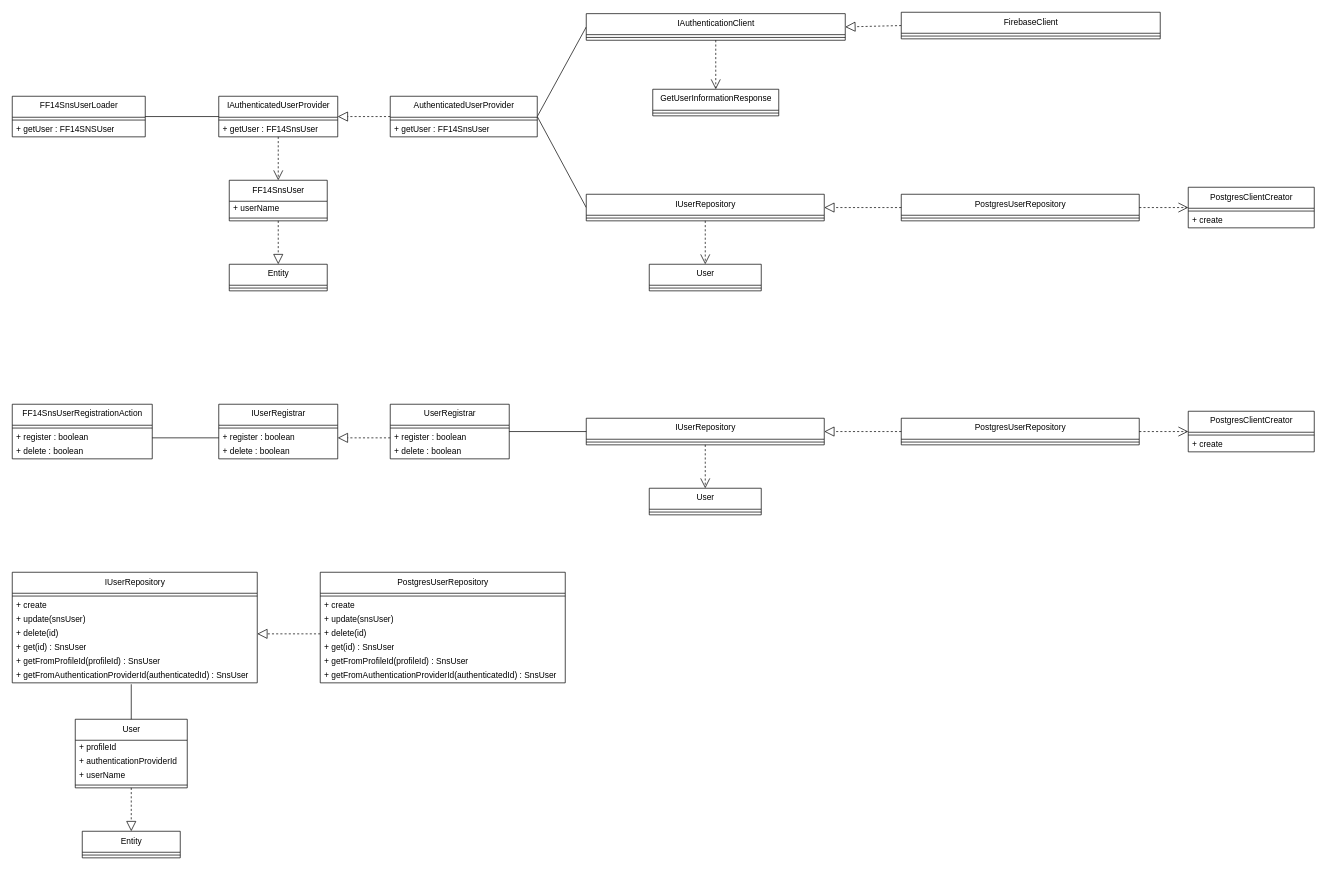
The draw.io diagram page "UserModule" (4 of 7) of project-designs/class-diagrams/ff14-sns.drawio in Mouwf/FF14SNS, before the edit. Source tidied: cells renumbered, new cells numbered last; positions are measured from the earlier drawing's top-left corner, leaving out a move shared by most shapes. Both pictures are drawn from the tidied source at 70%, with x=0, y=0 at pixel (12, 12).
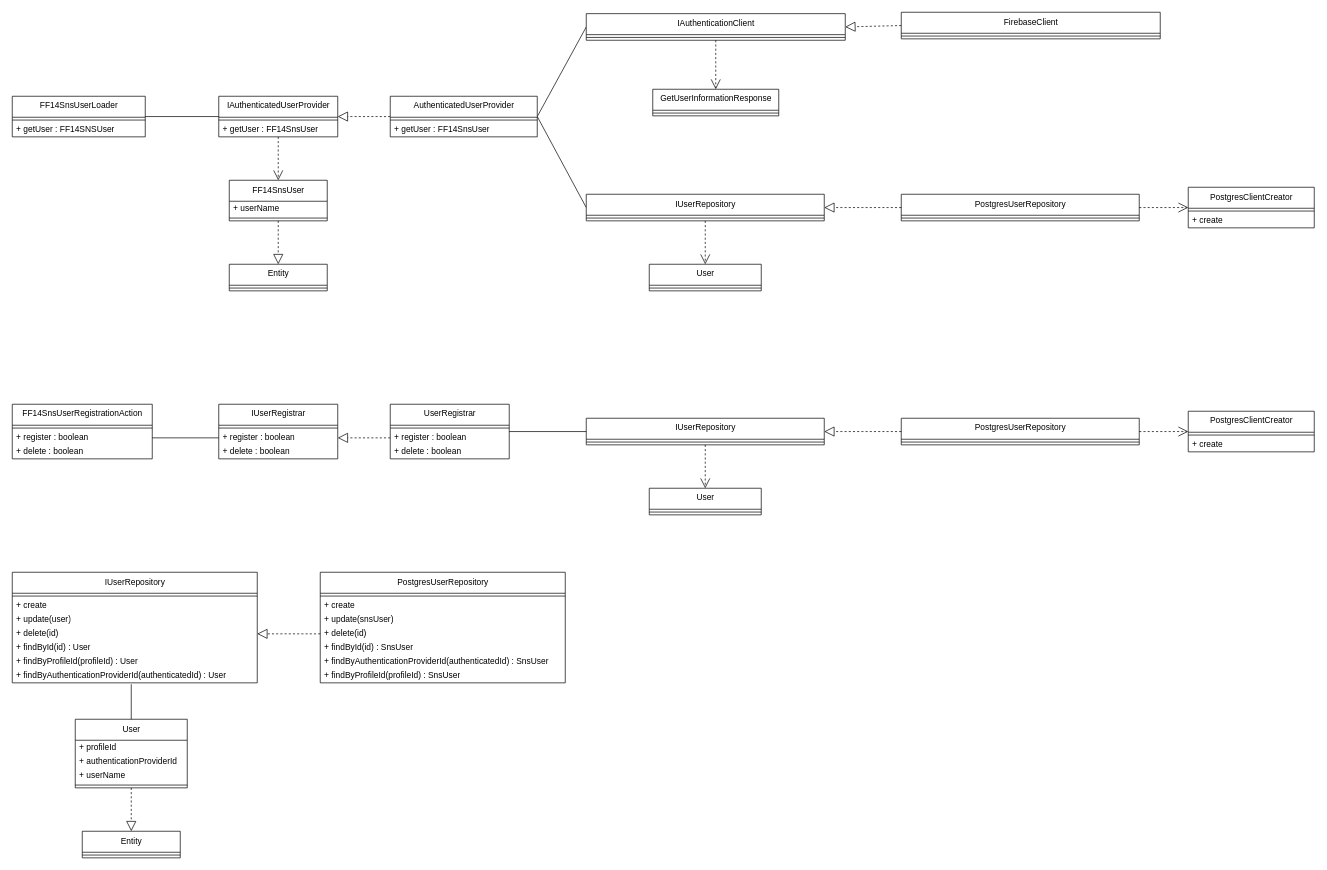
After the change.

Unchanged cells that the change refers to:
```xml
<mxCell id="39" value="IUserRepository" style="swimlane;fontStyle=0;align=center;verticalAlign=top;horizontal=1;startSize=30;html=1;" parent="1" vertex="1">
  <mxGeometry y="800" width="350" height="158" as="geometry" />
</mxCell>
<mxCell id="47" value="PostgresUserRepository" style="swimlane;fontStyle=0;align=center;verticalAlign=top;horizontal=1;startSize=30;html=1;" parent="1" vertex="1">
  <mxGeometry x="440" y="800" width="350" height="158" as="geometry" />
</mxCell>
```

The edit, as a diff of the source:
```diff
@@
-    <mxCell id="42" value="+ update(snsUser)" style="text;html=1;strokeColor=none;fillColor=none;align=left;verticalAlign=middle;spacingLeft=4;spacingRight=4;overflow=hidden;" parent="39" vertex="1">
+    <mxCell id="42" value="+ update(user)" style="text;html=1;strokeColor=none;fillColor=none;align=left;verticalAlign=middle;spacingLeft=4;spacingRight=4;overflow=hidden;" parent="39" vertex="1">
       <mxGeometry y="58" width="350" height="20" as="geometry" />
     </mxCell>
@@
-    <mxCell id="44" value="+ get(id) : SnsUser" style="text;html=1;strokeColor=none;fillColor=none;align=left;verticalAlign=middle;spacingLeft=4;spacingRight=4;overflow=hidden;" parent="39" vertex="1">
+    <mxCell id="44" value="+ findById(id) : User" style="text;html=1;strokeColor=none;fillColor=none;align=left;verticalAlign=middle;spacingLeft=4;spacingRight=4;overflow=hidden;" parent="39" vertex="1">
       <mxGeometry y="98" width="350" height="20" as="geometry" />
     </mxCell>
-    <mxCell id="45" value="+ getFromProfileId(profileId) : SnsUser" style="text;html=1;strokeColor=none;fillColor=none;align=left;verticalAlign=middle;spacingLeft=4;spacingRight=4;overflow=hidden;" parent="39" vertex="1">
+    <mxCell id="45" value="+ findByProfileId(profileId) : User" style="text;html=1;strokeColor=none;fillColor=none;align=left;verticalAlign=middle;spacingLeft=4;spacingRight=4;overflow=hidden;" parent="39" vertex="1">
       <mxGeometry y="118" width="350" height="20" as="geometry" />
     </mxCell>
-    <mxCell id="46" value="+ getFromAuthenticationProviderId(authenticatedId) : SnsUser" style="text;html=1;strokeColor=none;fillColor=none;align=left;verticalAlign=middle;spacingLeft=4;spacingRight=4;overflow=hidden;" parent="39" vertex="1">
+    <mxCell id="46" value="+ findByAuthenticationProviderId(authenticatedId) : User" style="text;html=1;strokeColor=none;fillColor=none;align=left;verticalAlign=middle;spacingLeft=4;spacingRight=4;overflow=hidden;" parent="39" vertex="1">
       <mxGeometry y="138" width="350" height="20" as="geometry" />
     </mxCell>
@@
-    <mxCell id="52" value="+ get(id) : SnsUser" style="text;html=1;strokeColor=none;fillColor=none;align=left;verticalAlign=middle;spacingLeft=4;spacingRight=4;overflow=hidden;" parent="47" vertex="1">
-      <mxGeometry y="98" width="350" height="20" as="geometry" />
-    </mxCell>
-    <mxCell id="53" value="+ getFromProfileId(profileId) : SnsUser" style="text;html=1;strokeColor=none;fillColor=none;align=left;verticalAlign=middle;spacingLeft=4;spacingRight=4;overflow=hidden;" parent="47" vertex="1">
-      <mxGeometry y="118" width="350" height="20" as="geometry" />
-    </mxCell>
-    <mxCell id="54" value="+ getFromAuthenticationProviderId(authenticatedId) : SnsUser" style="text;html=1;strokeColor=none;fillColor=none;align=left;verticalAlign=middle;spacingLeft=4;spacingRight=4;overflow=hidden;" parent="47" vertex="1">
-      <mxGeometry y="138" width="350" height="20" as="geometry" />
-    </mxCell>
+    <mxCell id="95" value="+ findById(id) : SnsUser" style="text;html=1;strokeColor=none;fillColor=none;align=left;verticalAlign=middle;spacingLeft=4;spacingRight=4;overflow=hidden;" parent="47" vertex="1">
+      <mxGeometry y="98" width="350" height="20" as="geometry" />
+    </mxCell>
+    <mxCell id="96" value="+ findByAuthenticationProviderId(authenticatedId) : SnsUser" style="text;html=1;strokeColor=none;fillColor=none;align=left;verticalAlign=middle;spacingLeft=4;spacingRight=4;overflow=hidden;" parent="47" vertex="1">
+      <mxGeometry y="118" width="350" height="20" as="geometry" />
+    </mxCell>
+    <mxCell id="97" value="+ findByProfileId(profileId) : SnsUser" style="text;html=1;strokeColor=none;fillColor=none;align=left;verticalAlign=middle;spacingLeft=4;spacingRight=4;overflow=hidden;" parent="47" vertex="1">
+      <mxGeometry y="138" width="350" height="20" as="geometry" />
+    </mxCell>
```
